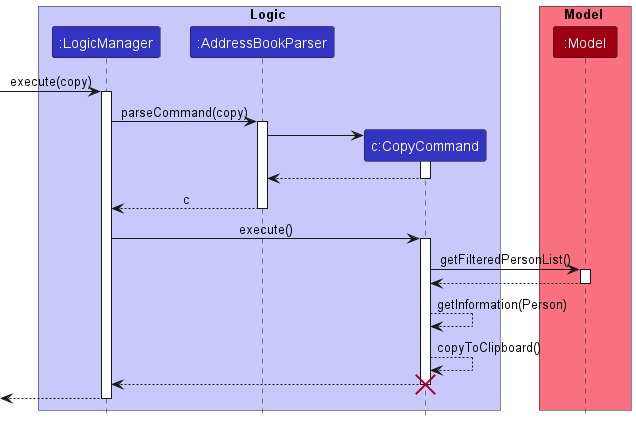
Earlier version of the PlantUML export docs/images/CopySequenceDiagram.png (nus-cs2103-AY2223S2/tp).
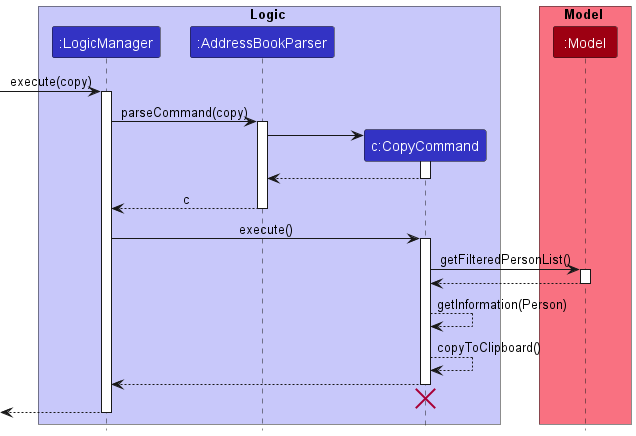
The same file after the commit.

The edit, as a diff of the source:
```diff
@@ -40,6 +40,8 @@
 CopyCommand --> CopyCommand :copyToClipboard()
 
 CopyCommand --> LogicManager
+deactivate CopyCommand
+CopyCommand -[hidden]-> LogicManager
 destroy CopyCommand
 
 [<--LogicManager
```
